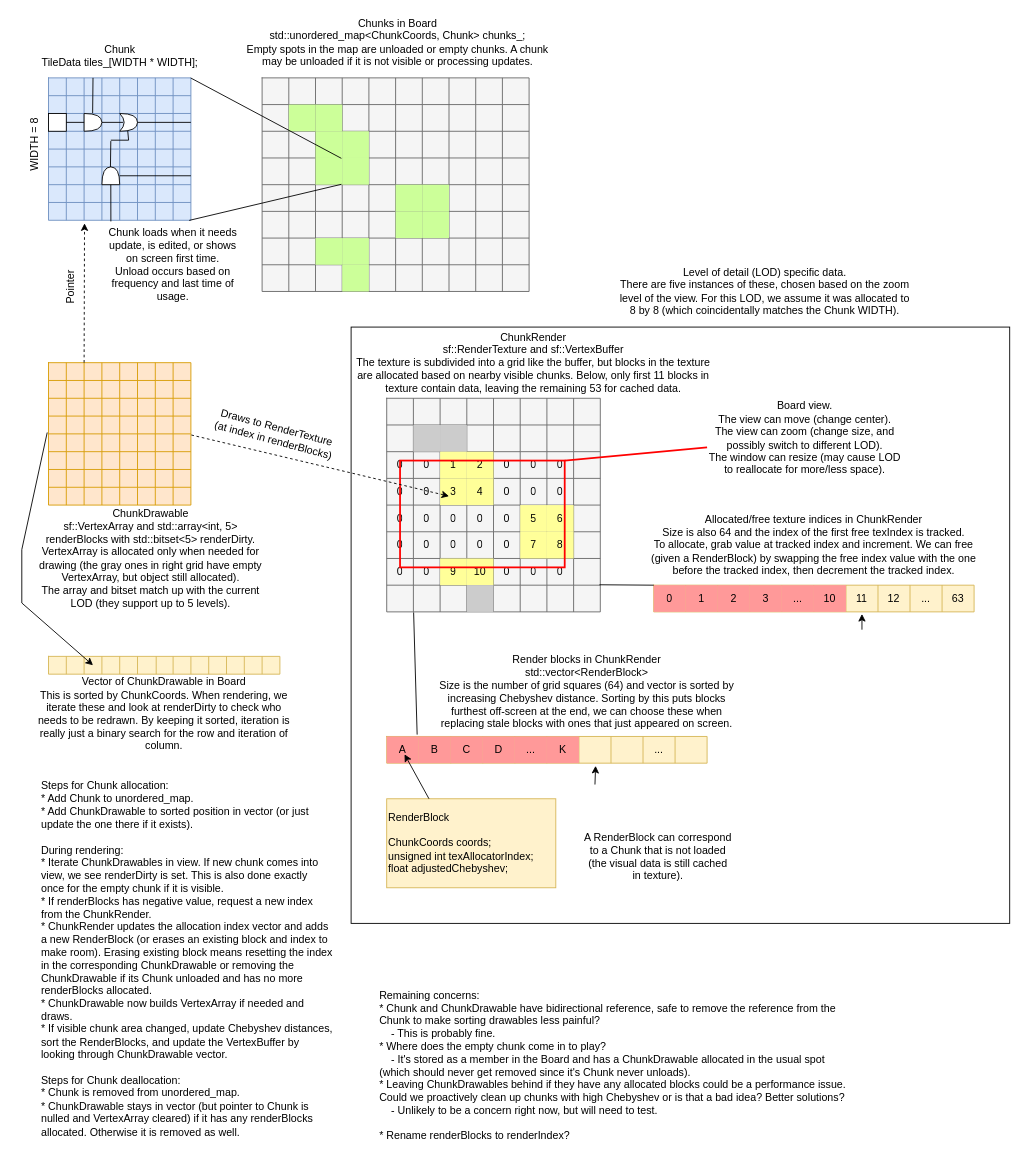
This is page "Rendering" (1 of 2) of dev/chunk_rendering.drawio from tdepke2/CircuitSim2, a draw.io file, before an edit. Source tidied: cells renumbered, new cells numbered last; positions are measured from the earlier drawing's top-left corner, leaving out a move shared by most shapes. Both pictures are drawn from the tidied source at 89%, with x=0, y=0 at pixel (-5, 15).
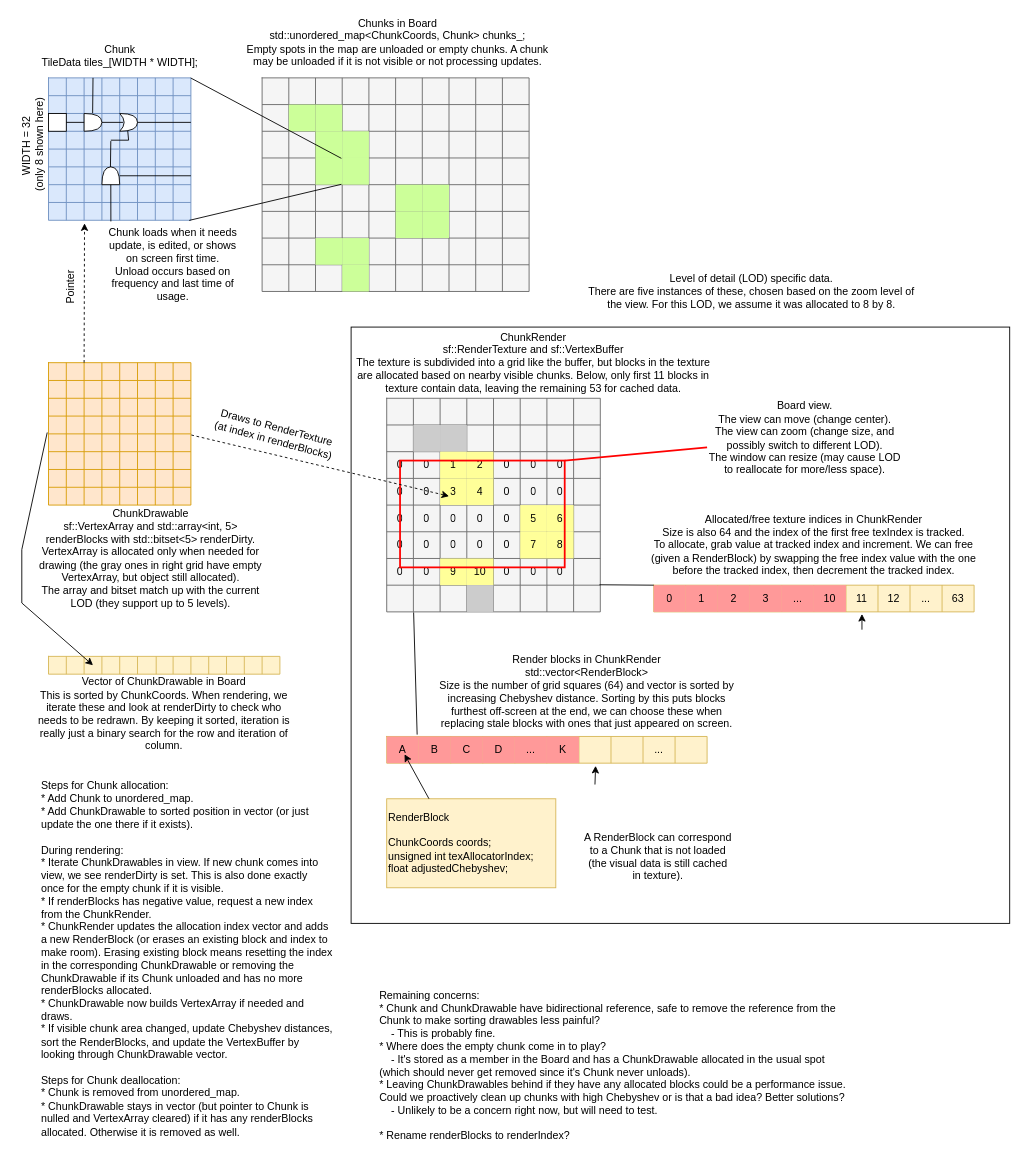
The same diagram, later.

Commit message:
Updates to dev notes.

Diff of the diagram source:
```diff
@@
-    <mxCell id="168" value="Chunks in Board&lt;br&gt;std::unordered_map&amp;lt;ChunkCoords, Chunk&amp;gt; chunks_;&lt;br&gt;Empty spots in the map are unloaded or empty chunks. A chunk may be unloaded if it is not visible or processing updates." style="text;html=1;strokeColor=none;fillColor=none;align=center;verticalAlign=middle;whiteSpace=wrap;rounded=0;" parent="1" vertex="1">
+    <mxCell id="168" value="Chunks in Board&lt;br&gt;std::unordered_map&amp;lt;ChunkCoords, Chunk&amp;gt; chunks_;&lt;br&gt;Empty spots in the map are unloaded or empty chunks. A chunk may be unloaded if it is not visible or not processing updates." style="text;html=1;strokeColor=none;fillColor=none;align=center;verticalAlign=middle;whiteSpace=wrap;rounded=0;" parent="1" vertex="1">
       <mxGeometry x="270" width="365" height="60" as="geometry" />
     </mxCell>
-    <mxCell id="169" value="WIDTH = 8" style="text;html=1;strokeColor=none;fillColor=none;align=center;verticalAlign=middle;whiteSpace=wrap;rounded=0;rotation=-90;" parent="1" vertex="1">
-      <mxGeometry y="130" width="90" height="30" as="geometry" />
+    <mxCell id="169" value="&lt;div&gt;WIDTH = 32&amp;nbsp;&lt;/div&gt;&lt;div&gt;(only 8 shown here)&lt;/div&gt;" style="text;html=1;strokeColor=none;fillColor=none;align=center;verticalAlign=middle;whiteSpace=wrap;rounded=0;rotation=-90;" parent="1" vertex="1">
+      <mxGeometry x="-50" y="130" width="185" height="30" as="geometry" />
     </mxCell>
@@
-    <mxCell id="373" value="Level of detail (LOD) specific data.&lt;br&gt;There are five instances of these, chosen based on the zoom level of the view. For this LOD, we assume it was allocated to 8 by 8 (which coincidentally matches the Chunk WIDTH)." style="text;html=1;strokeColor=none;fillColor=none;align=center;verticalAlign=middle;whiteSpace=wrap;rounded=0;" parent="1" vertex="1">
-      <mxGeometry x="700" y="260" width="330" height="100" as="geometry" />
+    <mxCell id="373" value="Level of detail (LOD) specific data.&lt;br&gt;There are five instances of these, chosen based on the zoom level of the view. For this LOD, we assume it was allocated to 8 by 8." style="text;html=1;strokeColor=none;fillColor=none;align=center;verticalAlign=middle;whiteSpace=wrap;rounded=0;" parent="1" vertex="1">
+      <mxGeometry x="660" y="260" width="380" height="100" as="geometry" />
     </mxCell>
```
